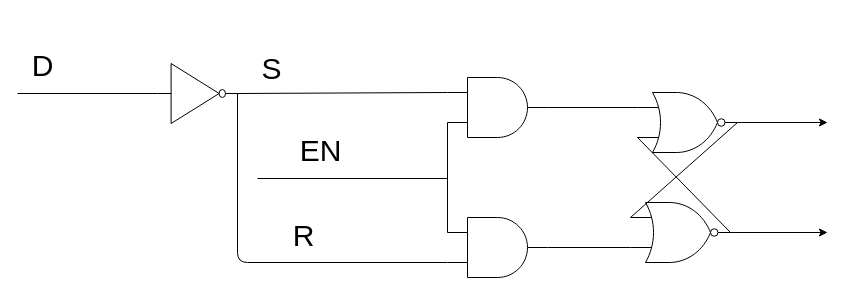
Above: NOTE/CO/Draw/D-SR-Latch.drawio in ALLENYGY/ALLENYGY.github.io (draw.io), before the change. Source tidied: cells renumbered, new cells numbered last; positions are measured from the earlier drawing's top-left corner, leaving out a move shared by most shapes. Both pictures are drawn from the tidied source at 100%, with x=0, y=0 at pixel (17, 63).
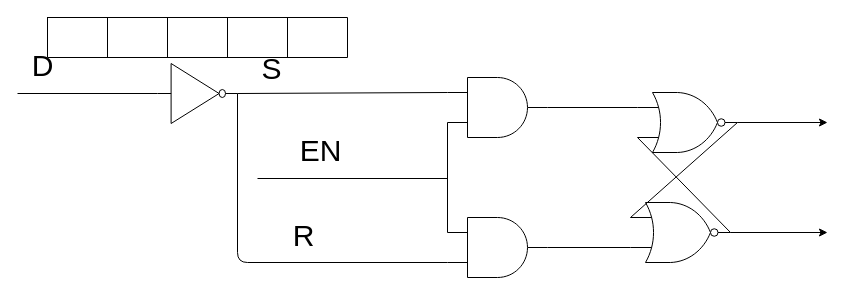
The same page after the edit.

Diff of the diagram source:
```diff
@@
+    <mxCell id="22" style="shape=table;startSize=0;childLayout=tableLayout;" parent="1" vertex="1">
+      <mxGeometry x="30" y="-46" width="300" height="40" as="geometry" />
+    </mxCell>
+    <mxCell id="23" style="shape=partialRectangle;fillColor=none;top=0;left=0;bottom=0;right=0;" parent="22" vertex="1">
+      <mxGeometry width="300" height="40" as="geometry" />
+    </mxCell>
+    <mxCell id="24" style="shape=partialRectangle;html=1;whiteSpace=wrap;overflow=hidden;fillColor=none;top=0;left=0;bottom=0;right=0;" parent="23" vertex="1">
+      <mxGeometry width="60" height="40" as="geometry" />
+    </mxCell>
+    <mxCell id="25" style="shape=partialRectangle;html=1;whiteSpace=wrap;overflow=hidden;fillColor=none;top=0;left=0;bottom=0;right=0;" parent="23" vertex="1">
+      <mxGeometry x="60" width="60" height="40" as="geometry" />
+    </mxCell>
+    <mxCell id="26" style="shape=partialRectangle;html=1;whiteSpace=wrap;overflow=hidden;fillColor=none;top=0;left=0;bottom=0;right=0;" parent="23" vertex="1">
+      <mxGeometry x="120" width="60" height="40" as="geometry" />
+    </mxCell>
+    <mxCell id="27" style="shape=partialRectangle;html=1;whiteSpace=wrap;overflow=hidden;fillColor=none;top=0;left=0;bottom=0;right=0;" parent="23" vertex="1">
+      <mxGeometry x="180" width="60" height="40" as="geometry" />
+    </mxCell>
+    <mxCell id="28" style="shape=partialRectangle;html=1;whiteSpace=wrap;overflow=hidden;fillColor=none;top=0;left=0;bottom=0;right=0;" parent="23" vertex="1">
+      <mxGeometry x="240" width="60" height="40" as="geometry" />
+    </mxCell>
```
